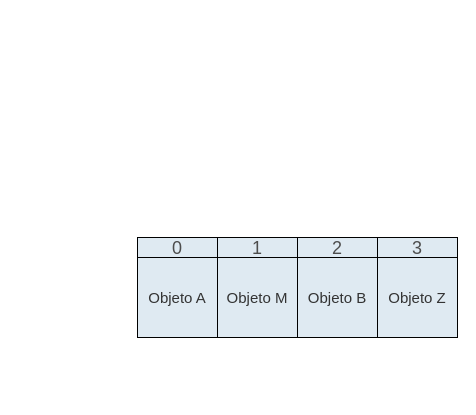
Above: page "horizontal-0" (7 of 12) of teoria/04_estructuras_y_algoritmos/imgs/02/pilas.drawio in ee-unr/programacion-2 (draw.io), before the change. Source tidied: cells renumbered, new cells numbered last; positions are measured from the earlier drawing's top-left corner, leaving out a move shared by most shapes. Both pictures are drawn from the tidied source at 100%, with x=0, y=0 at pixel (137, 237).
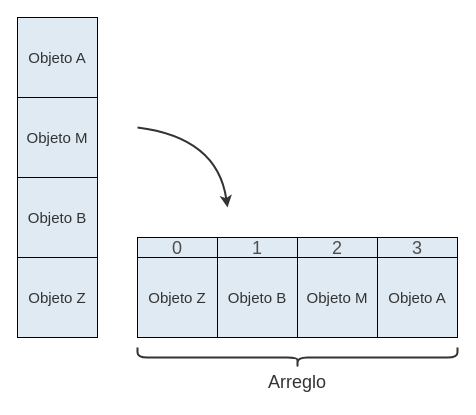
Above is the later version.

The edit, as a diff of the source:
```diff
@@
 <mxGraphModel>
   <root>
     <mxCell id="0" />
     <mxCell id="1" parent="0" />
-    <mxCell id="2" value="&lt;span style=&quot;color: rgb(51, 51, 51); font-family: &amp;quot;Cascadia Code&amp;quot;;&quot;&gt;&lt;font style=&quot;font-size: 15px;&quot;&gt;Objeto M&lt;/font&gt;&lt;/span&gt;" style="rounded=0;whiteSpace=wrap;html=1;strokeWidth=1;fillColor=#DFEAF2;" parent="1" vertex="1">
-      <mxGeometry x="80" y="20" width="80" height="80" as="geometry" />
-    </mxCell>
-    <mxCell id="3" value="&lt;span style=&quot;color: rgb(51, 51, 51); font-family: &amp;quot;Cascadia Code&amp;quot;;&quot;&gt;&lt;font style=&quot;font-size: 15px;&quot;&gt;Objeto B&lt;/font&gt;&lt;/span&gt;" style="rounded=0;whiteSpace=wrap;html=1;strokeWidth=1;fillColor=#DFEAF2;" parent="1" vertex="1">
-      <mxGeometry x="160" y="20" width="80" height="80" as="geometry" />
-    </mxCell>
-    <mxCell id="4" value="&lt;span style=&quot;color: rgb(51, 51, 51); font-family: &amp;quot;Cascadia Code&amp;quot;;&quot;&gt;&lt;font style=&quot;font-size: 15px;&quot;&gt;Objeto Z&lt;/font&gt;&lt;/span&gt;" style="rounded=0;whiteSpace=wrap;html=1;strokeWidth=1;fillColor=#DFEAF2;" parent="1" vertex="1">
-      <mxGeometry x="240" y="20" width="80" height="80" as="geometry" />
-    </mxCell>
-    <mxCell id="5" value="&lt;font style=&quot;font-size: 15px;&quot;&gt;Objeto A&lt;/font&gt;" style="rounded=0;whiteSpace=wrap;html=1;strokeWidth=1;fillColor=#DFEAF2;fontFamily=Cascadia Code;fontColor=#333333;" parent="1" vertex="1">
-      <mxGeometry y="20" width="80" height="80" as="geometry" />
-    </mxCell>
     <mxCell id="6" value="&lt;font style=&quot;color: rgb(77, 77, 77); font-size: 18px;&quot; face=&quot;Cascadia Code&quot;&gt;0&lt;/font&gt;" style="rounded=0;whiteSpace=wrap;html=1;strokeWidth=1;fillColor=#DFEAF2;fontSize=22;" parent="1" vertex="1">
       <mxGeometry width="80" height="20" as="geometry" />
     </mxCell>
     <mxCell id="7" value="&lt;font style=&quot;color: rgb(77, 77, 77); font-size: 18px;&quot; face=&quot;Cascadia Code&quot;&gt;1&lt;/font&gt;" style="rounded=0;whiteSpace=wrap;html=1;strokeWidth=1;fillColor=#DFEAF2;fontSize=22;" parent="1" vertex="1">
       <mxGeometry x="80" width="80" height="20" as="geometry" />
     </mxCell>
     <mxCell id="8" value="&lt;font style=&quot;color: rgb(77, 77, 77); font-size: 18px;&quot; face=&quot;Cascadia Code&quot;&gt;2&lt;/font&gt;" style="rounded=0;whiteSpace=wrap;html=1;strokeWidth=1;fillColor=#DFEAF2;fontSize=22;" parent="1" vertex="1">
       <mxGeometry x="160" width="80" height="20" as="geometry" />
     </mxCell>
     <mxCell id="9" value="&lt;font style=&quot;color: rgb(77, 77, 77); font-size: 18px;&quot; face=&quot;Cascadia Code&quot;&gt;3&lt;/font&gt;" style="rounded=0;whiteSpace=wrap;html=1;strokeWidth=1;fillColor=#DFEAF2;fontSize=22;" parent="1" vertex="1">
       <mxGeometry x="240" width="80" height="20" as="geometry" />
     </mxCell>
+    <mxCell id="10" value="&lt;span style=&quot;color: rgb(51, 51, 51); font-family: &amp;quot;Cascadia Code&amp;quot;;&quot;&gt;&lt;font style=&quot;font-size: 15px;&quot;&gt;Objeto M&lt;/font&gt;&lt;/span&gt;" style="rounded=0;whiteSpace=wrap;html=1;strokeWidth=1;fillColor=#DFEAF2;" parent="1" vertex="1">
+      <mxGeometry x="-120" y="-140" width="80" height="80" as="geometry" />
+    </mxCell>
+    <mxCell id="11" value="&lt;span style=&quot;color: rgb(51, 51, 51); font-family: &amp;quot;Cascadia Code&amp;quot;;&quot;&gt;&lt;font style=&quot;font-size: 15px;&quot;&gt;Objeto B&lt;/font&gt;&lt;/span&gt;" style="rounded=0;whiteSpace=wrap;html=1;strokeWidth=1;fillColor=#DFEAF2;" parent="1" vertex="1">
+      <mxGeometry x="-120" y="-60" width="80" height="80" as="geometry" />
+    </mxCell>
+    <mxCell id="12" value="&lt;span style=&quot;color: rgb(51, 51, 51); font-family: &amp;quot;Cascadia Code&amp;quot;;&quot;&gt;&lt;font style=&quot;font-size: 15px;&quot;&gt;Objeto Z&lt;/font&gt;&lt;/span&gt;" style="rounded=0;whiteSpace=wrap;html=1;strokeWidth=1;fillColor=#DFEAF2;" parent="1" vertex="1">
+      <mxGeometry x="-120" y="20" width="80" height="80" as="geometry" />
+    </mxCell>
+    <mxCell id="13" value="&lt;font style=&quot;font-size: 15px;&quot;&gt;Objeto A&lt;/font&gt;" style="rounded=0;whiteSpace=wrap;html=1;strokeWidth=1;fillColor=#DFEAF2;fontFamily=Cascadia Code;fontColor=#333333;" parent="1" vertex="1">
+      <mxGeometry x="-120" y="-220" width="80" height="80" as="geometry" />
+    </mxCell>
+    <mxCell id="14" style="endArrow=classic;html=1;rounded=0;curved=1;strokeWidth=2;strokeColor=#333333;" parent="1" edge="1">
+      <mxGeometry relative="1" as="geometry">
+        <mxPoint y="-110" as="sourcePoint" />
+        <mxPoint x="90" y="-30" as="targetPoint" />
+        <Array as="points">
+          <mxPoint x="80" y="-100" />
+        </Array>
+      </mxGeometry>
+    </mxCell>
+    <mxCell id="15" style="shape=curlyBracket;whiteSpace=wrap;html=1;rounded=1;flipH=1;labelPosition=right;verticalLabelPosition=middle;align=left;verticalAlign=middle;rotation=90;strokeWidth=2;strokeColor=#333333;" parent="1" vertex="1">
+      <mxGeometry x="150" y="-40" width="20" height="320" as="geometry" />
+    </mxCell>
+    <mxCell id="16" value="Arreglo" style="text;html=1;align=center;verticalAlign=middle;whiteSpace=wrap;rounded=0;fontSize=18;fontColor=#333333;" parent="1" vertex="1">
+      <mxGeometry x="130" y="130" width="60" height="30" as="geometry" />
+    </mxCell>
+    <mxCell id="17" value="&lt;span style=&quot;color: rgb(51, 51, 51); font-family: &amp;quot;Cascadia Code&amp;quot;;&quot;&gt;&lt;font style=&quot;font-size: 15px;&quot;&gt;Objeto Z&lt;/font&gt;&lt;/span&gt;" style="rounded=0;whiteSpace=wrap;html=1;strokeWidth=1;fillColor=#DFEAF2;" parent="1" vertex="1">
+      <mxGeometry y="20" width="80" height="80" as="geometry" />
+    </mxCell>
+    <mxCell id="18" value="&lt;span style=&quot;color: rgb(51, 51, 51); font-family: &amp;quot;Cascadia Code&amp;quot;;&quot;&gt;&lt;font style=&quot;font-size: 15px;&quot;&gt;Objeto B&lt;/font&gt;&lt;/span&gt;" style="rounded=0;whiteSpace=wrap;html=1;strokeWidth=1;fillColor=#DFEAF2;" parent="1" vertex="1">
+      <mxGeometry x="80" y="20" width="80" height="80" as="geometry" />
+    </mxCell>
+    <mxCell id="19" value="&lt;span style=&quot;color: rgb(51, 51, 51); font-family: &amp;quot;Cascadia Code&amp;quot;;&quot;&gt;&lt;font style=&quot;font-size: 15px;&quot;&gt;Objeto M&lt;/font&gt;&lt;/span&gt;" style="rounded=0;whiteSpace=wrap;html=1;strokeWidth=1;fillColor=#DFEAF2;" parent="1" vertex="1">
+      <mxGeometry x="160" y="20" width="80" height="80" as="geometry" />
+    </mxCell>
+    <mxCell id="20" value="&lt;font style=&quot;font-size: 15px;&quot;&gt;Objeto A&lt;/font&gt;" style="rounded=0;whiteSpace=wrap;html=1;strokeWidth=1;fillColor=#DFEAF2;fontFamily=Cascadia Code;fontColor=#333333;" parent="1" vertex="1">
+      <mxGeometry x="240" y="20" width="80" height="80" as="geometry" />
+    </mxCell>
   </root>
 </mxGraphModel>
```
